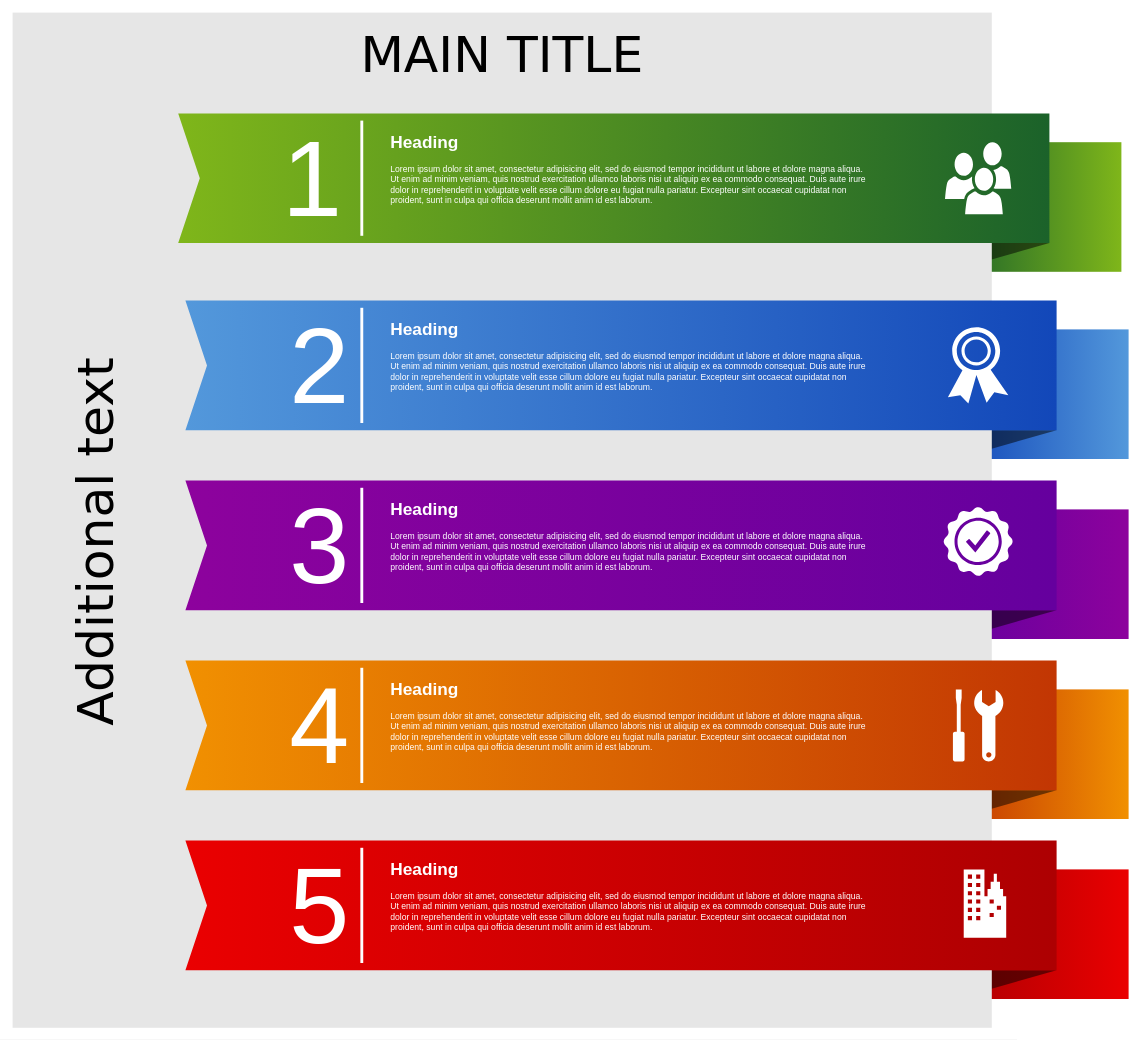
Earlier version of the draw.io diagram Reference Materials/Flow and Reference Diagrams/Main Sequence .drawio (MKme/ResQ). Source tidied: cells renumbered, new cells numbered last; positions are measured from the earlier drawing's top-left corner, leaving out a move shared by most shapes. Both pictures are drawn from the tidied source at 72%, with x=0, y=0 at pixel (12, 12).
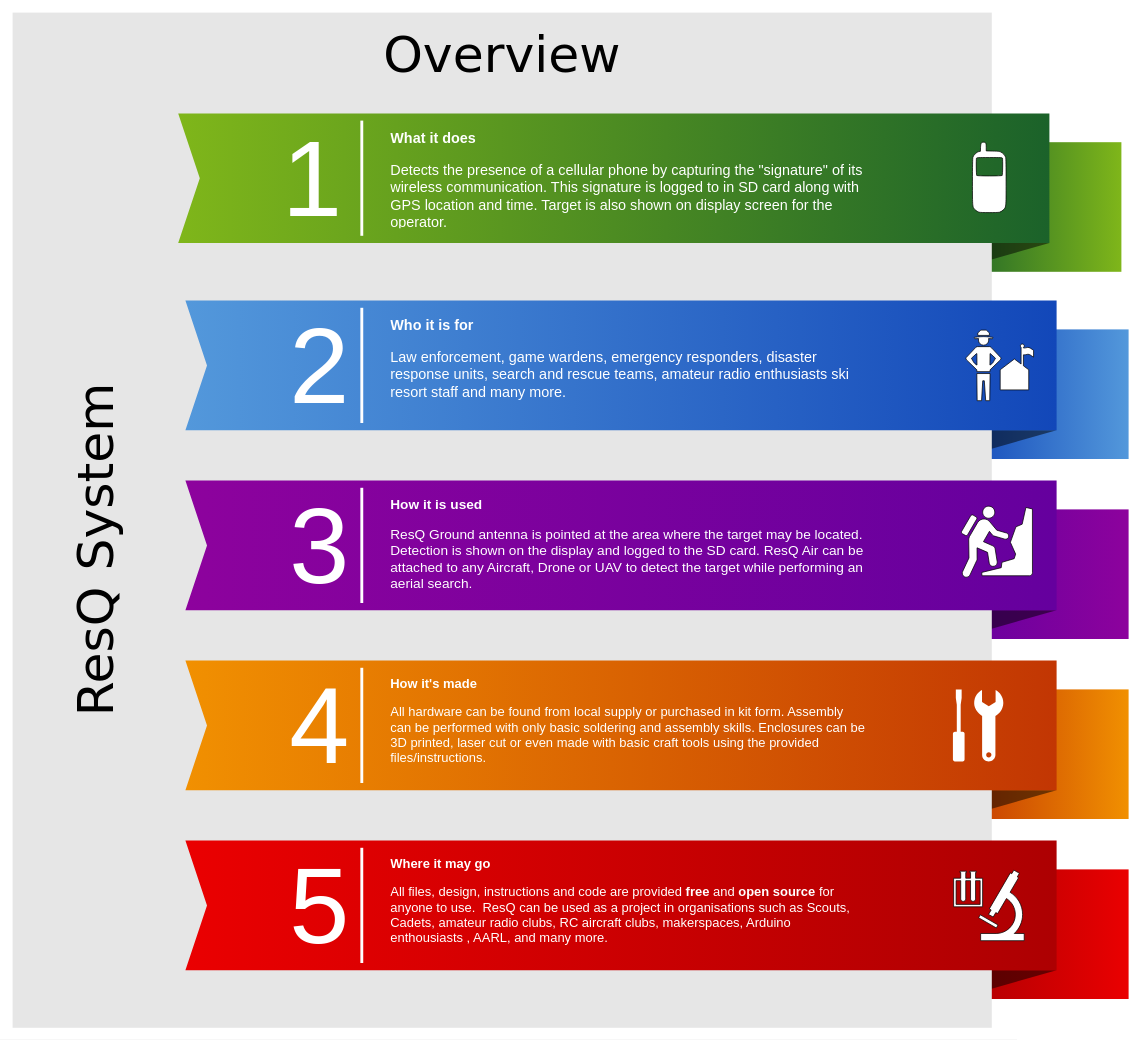
After the change.

Change to the diagram source:
```diff
@@
-    <mxCell id="12" value="MAIN TITLE" style="whiteSpace=wrap;html=1;rounded=0;shadow=0;dashed=0;strokeWidth=1;fillColor=#E6E6E6;fontFamily=Verdana;fontSize=70;strokeColor=none;verticalAlign=top;spacingTop=10;" parent="1" vertex="1">
+    <mxCell id="12" value="Overview" style="whiteSpace=wrap;html=1;rounded=0;shadow=0;dashed=0;strokeWidth=1;fillColor=#E6E6E6;fontFamily=Verdana;fontSize=70;strokeColor=none;verticalAlign=top;spacingTop=10;" parent="1" vertex="1">
       <mxGeometry width="1360" height="1410" as="geometry" />
     </mxCell>
@@
-    <mxCell id="18" value="Additional text" style="text;html=1;strokeColor=none;fillColor=none;align=center;verticalAlign=middle;whiteSpace=wrap;rounded=0;shadow=0;dashed=0;fontFamily=Verdana;fontSize=70;horizontal=0;" parent="1" vertex="1">
+    <mxCell id="18" value="ResQ System&amp;nbsp;" style="text;html=1;strokeColor=none;fillColor=none;align=center;verticalAlign=middle;whiteSpace=wrap;rounded=0;shadow=0;dashed=0;fontFamily=Verdana;fontSize=70;horizontal=0;" parent="1" vertex="1">
       <mxGeometry x="50" y="140" width="130" height="1190" as="geometry" />
     </mxCell>
@@
-    <mxCell id="29" value="&lt;h1&gt;Heading&lt;/h1&gt;&lt;p&gt;L&lt;span&gt;orem ipsum dolor sit amet, consectetur adipisicing elit, sed do eiusmod tempor incididunt ut labore et dolore magna aliqua. Ut enim ad minim veniam, quis nostrud exercitation ullamco laboris nisi ut aliquip ex ea commodo consequat. Duis aute irure dolor in reprehenderit in voluptate velit esse cillum dolore eu fugiat nulla pariatur. Excepteur sint occaecat cupidatat non proident, sunt in culpa qui officia deserunt mollit anim id est laborum.&lt;/span&gt;&lt;/p&gt;" style="text;html=1;strokeColor=none;fillColor=none;spacing=5;spacingTop=-20;whiteSpace=wrap;overflow=hidden;rounded=0;shadow=0;dashed=0;fontFamily=Helvetica;fontSize=12;fontColor=#FFFFFF;align=left;" parent="1" vertex="1">
+    <mxCell id="29" value="&lt;h1 style=&quot;font-size: 20px&quot;&gt;&lt;font style=&quot;font-size: 20px&quot;&gt;What it does&lt;/font&gt;&lt;/h1&gt;&lt;p style=&quot;font-size: 20px&quot;&gt;&lt;font style=&quot;font-size: 20px&quot;&gt;Detects the presence of a cellular phone by capturing the &quot;signature&quot; of its wireless communication. This signature is logged to in SD card along with GPS location and time. Target is also shown on display screen for the operator.&amp;nbsp;&lt;/font&gt;&lt;/p&gt;" style="text;html=1;strokeColor=none;fillColor=none;spacing=5;spacingTop=-20;whiteSpace=wrap;overflow=hidden;rounded=0;shadow=0;dashed=0;fontFamily=Helvetica;fontSize=12;fontColor=#FFFFFF;align=left;" parent="1" vertex="1">
       <mxGeometry x="520" y="160" width="670" height="140" as="geometry" />
     </mxCell>
-    <mxCell id="30" value="&lt;h1&gt;Heading&lt;/h1&gt;&lt;p&gt;L&lt;span&gt;orem ipsum dolor sit amet, consectetur adipisicing elit, sed do eiusmod tempor incididunt ut labore et dolore magna aliqua. Ut enim ad minim veniam, quis nostrud exercitation ullamco laboris nisi ut aliquip ex ea commodo consequat. Duis aute irure dolor in reprehenderit in voluptate velit esse cillum dolore eu fugiat nulla pariatur. Excepteur sint occaecat cupidatat non proident, sunt in culpa qui officia deserunt mollit anim id est laborum.&lt;/span&gt;&lt;/p&gt;" style="text;html=1;strokeColor=none;fillColor=none;spacing=5;spacingTop=-20;whiteSpace=wrap;overflow=hidden;rounded=0;shadow=0;dashed=0;fontFamily=Helvetica;fontSize=12;fontColor=#FFFFFF;align=left;" parent="1" vertex="1">
+    <mxCell id="30" value="&lt;h1 style=&quot;font-size: 20px&quot;&gt;&lt;font style=&quot;font-size: 20px&quot;&gt;Who it is for&lt;/font&gt;&lt;/h1&gt;&lt;p style=&quot;font-size: 20px&quot;&gt;&lt;font style=&quot;font-size: 20px&quot;&gt;Law enforcement, game wardens, emergency responders, disaster response units, search and rescue teams, amateur radio enthusiasts&amp;nbsp;ski resort staff and many more.&lt;/font&gt;&lt;span style=&quot;font-size: 13px&quot;&gt;&amp;nbsp;&lt;/span&gt;&lt;/p&gt;" style="text;html=1;strokeColor=none;fillColor=none;spacing=5;spacingTop=-20;whiteSpace=wrap;overflow=hidden;rounded=0;shadow=0;dashed=0;fontFamily=Helvetica;fontSize=12;fontColor=#FFFFFF;align=left;" parent="1" vertex="1">
       <mxGeometry x="520" y="420" width="670" height="140" as="geometry" />
     </mxCell>
-    <mxCell id="31" value="&lt;h1&gt;Heading&lt;/h1&gt;&lt;p&gt;L&lt;span&gt;orem ipsum dolor sit amet, consectetur adipisicing elit, sed do eiusmod tempor incididunt ut labore et dolore magna aliqua. Ut enim ad minim veniam, quis nostrud exercitation ullamco laboris nisi ut aliquip ex ea commodo consequat. Duis aute irure dolor in reprehenderit in voluptate velit esse cillum dolore eu fugiat nulla pariatur. Excepteur sint occaecat cupidatat non proident, sunt in culpa qui officia deserunt mollit anim id est laborum.&lt;/span&gt;&lt;/p&gt;" style="text;html=1;strokeColor=none;fillColor=none;spacing=5;spacingTop=-20;whiteSpace=wrap;overflow=hidden;rounded=0;shadow=0;dashed=0;fontFamily=Helvetica;fontSize=12;fontColor=#FFFFFF;align=left;" parent="1" vertex="1">
+    <mxCell id="31" value="&lt;h1 style=&quot;font-size: 19px&quot;&gt;&lt;font style=&quot;font-size: 19px&quot;&gt;How it is used&lt;/font&gt;&lt;/h1&gt;&lt;p style=&quot;font-size: 19px&quot;&gt;&lt;font style=&quot;font-size: 19px&quot;&gt;ResQ Ground antenna is pointed at the area where the target may be located. Detection is shown on the display and logged to the SD card. ResQ Air can be attached to any Aircraft, Drone or UAV to detect the target while performing an aerial search.&amp;nbsp;&lt;/font&gt;&lt;/p&gt;" style="text;html=1;strokeColor=none;fillColor=none;spacing=5;spacingTop=-20;whiteSpace=wrap;overflow=hidden;rounded=0;shadow=0;dashed=0;fontFamily=Helvetica;fontSize=19;fontColor=#FFFFFF;align=left;" parent="1" vertex="1">
       <mxGeometry x="520" y="670" width="670" height="140" as="geometry" />
     </mxCell>
-    <mxCell id="32" value="&lt;h1&gt;Heading&lt;/h1&gt;&lt;p&gt;L&lt;span&gt;orem ipsum dolor sit amet, consectetur adipisicing elit, sed do eiusmod tempor incididunt ut labore et dolore magna aliqua. Ut enim ad minim veniam, quis nostrud exercitation ullamco laboris nisi ut aliquip ex ea commodo consequat. Duis aute irure dolor in reprehenderit in voluptate velit esse cillum dolore eu fugiat nulla pariatur. Excepteur sint occaecat cupidatat non proident, sunt in culpa qui officia deserunt mollit anim id est laborum.&lt;/span&gt;&lt;/p&gt;" style="text;html=1;strokeColor=none;fillColor=none;spacing=5;spacingTop=-20;whiteSpace=wrap;overflow=hidden;rounded=0;shadow=0;dashed=0;fontFamily=Helvetica;fontSize=12;fontColor=#FFFFFF;align=left;" parent="1" vertex="1">
+    <mxCell id="32" value="&lt;h1 style=&quot;font-size: 18px;&quot;&gt;How it's made&lt;/h1&gt;&lt;p style=&quot;font-size: 18px;&quot;&gt;All hardware can be found from local supply or purchased in kit form. Assembly can be performed with only basic soldering and assembly skills. Enclosures can be 3D printed, laser cut or even made with basic craft tools using the provided files/instructions.&amp;nbsp;&lt;/p&gt;" style="text;html=1;strokeColor=none;fillColor=none;spacing=5;spacingTop=-20;whiteSpace=wrap;overflow=hidden;rounded=0;shadow=0;dashed=0;fontFamily=Helvetica;fontSize=18;fontColor=#FFFFFF;align=left;" parent="1" vertex="1">
       <mxGeometry x="520" y="920" width="670" height="140" as="geometry" />
     </mxCell>
-    <mxCell id="33" value="&lt;h1&gt;Heading&lt;/h1&gt;&lt;p&gt;L&lt;span&gt;orem ipsum dolor sit amet, consectetur adipisicing elit, sed do eiusmod tempor incididunt ut labore et dolore magna aliqua. Ut enim ad minim veniam, quis nostrud exercitation ullamco laboris nisi ut aliquip ex ea commodo consequat. Duis aute irure dolor in reprehenderit in voluptate velit esse cillum dolore eu fugiat nulla pariatur. Excepteur sint occaecat cupidatat non proident, sunt in culpa qui officia deserunt mollit anim id est laborum.&lt;/span&gt;&lt;/p&gt;" style="text;html=1;strokeColor=none;fillColor=none;spacing=5;spacingTop=-20;whiteSpace=wrap;overflow=hidden;rounded=0;shadow=0;dashed=0;fontFamily=Helvetica;fontSize=12;fontColor=#FFFFFF;align=left;" parent="1" vertex="1">
+    <mxCell id="33" value="&lt;h1 style=&quot;font-size: 18px&quot;&gt;Where it may go&lt;/h1&gt;&lt;p style=&quot;font-size: 18px&quot;&gt;All files, design, instructions and code are provided &lt;b&gt;free&lt;/b&gt; and &lt;b&gt;open source&lt;/b&gt; for anyone to use.&amp;nbsp; ResQ can be used as a project in organisations such as Scouts, Cadets, amateur radio clubs, RC aircraft clubs, makerspaces, Arduino enthousiasts , AARL, and many more.&amp;nbsp;&lt;/p&gt;" style="text;html=1;strokeColor=none;fillColor=none;spacing=5;spacingTop=-20;whiteSpace=wrap;overflow=hidden;rounded=0;shadow=0;dashed=0;fontFamily=Helvetica;fontSize=18;fontColor=#FFFFFF;align=left;" parent="1" vertex="1">
       <mxGeometry x="520" y="1170" width="670" height="140" as="geometry" />
     </mxCell>
-    <mxCell id="34" style="shadow=0;dashed=0;html=1;strokeColor=none;fillColor=#FFFFFF;labelPosition=center;verticalLabelPosition=bottom;verticalAlign=top;shape=mxgraph.office.users.users;rounded=0;fontFamily=Helvetica;fontSize=12;fontColor=#FFFFFF;align=left;" parent="1" vertex="1">
-      <mxGeometry x="1295" y="180" width="92" height="100" as="geometry" />
-    </mxCell>
-    <mxCell id="35" style="shadow=0;dashed=0;html=1;strokeColor=none;fillColor=#FFFFFF;labelPosition=center;verticalLabelPosition=bottom;verticalAlign=top;shape=mxgraph.office.security.token;rounded=0;fontFamily=Helvetica;fontSize=12;fontColor=#FFFFFF;align=left;" parent="1" vertex="1">
-      <mxGeometry x="1299" y="437" width="84" height="106" as="geometry" />
-    </mxCell>
-    <mxCell id="36" style="shadow=0;dashed=0;html=1;strokeColor=none;fillColor=#FFFFFF;labelPosition=center;verticalLabelPosition=bottom;verticalAlign=top;shape=mxgraph.office.concepts.best_practices;rounded=0;fontFamily=Helvetica;fontSize=12;fontColor=#FFFFFF;align=left;" parent="1" vertex="1">
-      <mxGeometry x="1292.5" y="686" width="97" height="97" as="geometry" />
-    </mxCell>
@@
-    <mxCell id="38" style="shadow=0;dashed=0;html=1;strokeColor=none;fillColor=#FFFFFF;labelPosition=center;verticalLabelPosition=bottom;verticalAlign=top;shape=mxgraph.office.concepts.on_premises;rounded=0;fontFamily=Helvetica;fontSize=12;fontColor=#FFFFFF;align=left;" parent="1" vertex="1">
-      <mxGeometry x="1321" y="1190" width="59" height="95" as="geometry" />
-    </mxCell>
+    <mxCell id="39" style="shape=mxgraph.signs.sports.climbing;html=1;verticalLabelPosition=bottom;verticalAlign=top;align=center;" parent="1" vertex="1">
+      <mxGeometry x="1317.5" y="685.5" width="99" height="99" as="geometry" />
+    </mxCell>
+    <mxCell id="40" style="shape=mxgraph.signs.sports.ranger_station_2;html=1;verticalLabelPosition=bottom;verticalAlign=top;align=center;" parent="1" vertex="1">
+      <mxGeometry x="1323" y="441" width="95" height="98" as="geometry" />
+    </mxCell>
+    <mxCell id="41" style="shape=mxgraph.signs.tech.cell_phone;html=1;verticalLabelPosition=bottom;verticalAlign=top;align=center;" parent="1" vertex="1">
+      <mxGeometry x="1333" y="180" width="47" height="98" as="geometry" />
+    </mxCell>
+    <mxCell id="42" style="shape=mxgraph.signs.science.laboratory;html=1;verticalLabelPosition=bottom;verticalAlign=top;align=center;fontSize=18;" parent="1" vertex="1">
+      <mxGeometry x="1307" y="1191" width="98" height="98" as="geometry" />
+    </mxCell>
```
